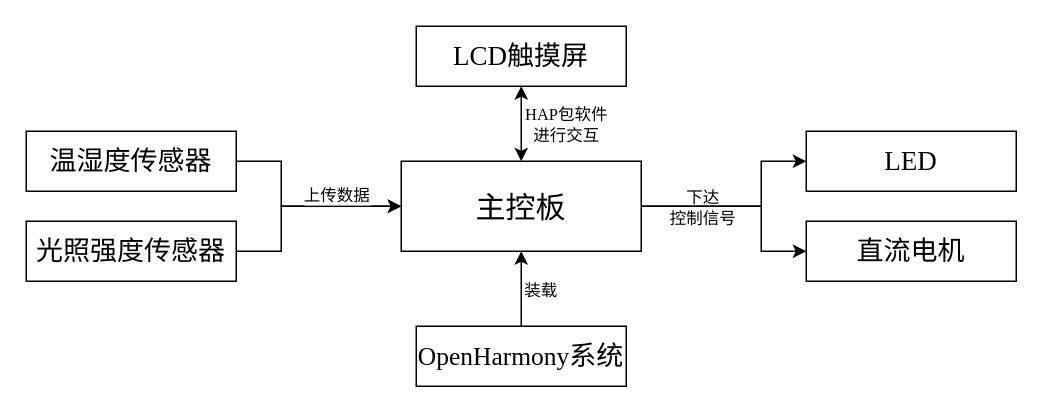
Before: 1.系统设计框图.drawio in GaoXiaoLon/DrawIO, a draw.io diagram. Source tidied: cells renumbered, new cells numbered last; positions are measured from the earlier drawing's top-left corner, leaving out a move shared by most shapes. Both pictures are drawn from the tidied source at 150%, with x=0, y=0 at pixel (26, 26).
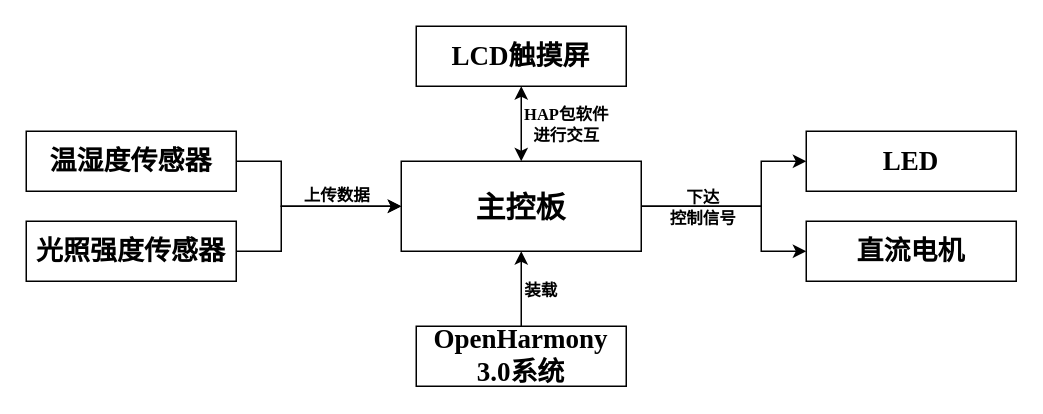
Above is the later version.

Commit message:
更新1.系统设计框图.drawio

The edit, as a diff of the source:
```diff
@@
-    <mxCell id="2" style="group;" parent="1" vertex="1">
+    <mxCell id="2" style="group;fontStyle=1;" parent="1" vertex="1">
       <mxGeometry width="660" height="240" as="geometry" />
     </mxCell>
-    <mxCell id="3" style="edgeStyle=orthogonalEdgeStyle;rounded=0;jettySize=auto;html=1;exitX=1;exitY=0.5;exitDx=0;exitDy=0;entryX=0;entryY=0.5;entryDx=0;entryDy=0;" parent="2" edge="1" source="6" target="12">
+    <mxCell id="3" style="edgeStyle=orthogonalEdgeStyle;rounded=0;jettySize=auto;html=1;exitX=1;exitY=0.5;exitDx=0;exitDy=0;entryX=0;entryY=0.5;entryDx=0;entryDy=0;fontStyle=1;" parent="2" edge="1" source="6" target="12">
       <mxGeometry relative="1" as="geometry">
         <Array as="points">
           <mxPoint x="490" y="120" />
           <mxPoint x="490" y="90" />
         </Array>
       </mxGeometry>
     </mxCell>
-    <mxCell id="4" style="edgeStyle=orthogonalEdgeStyle;rounded=0;jettySize=auto;html=1;exitX=1;exitY=0.5;exitDx=0;exitDy=0;" parent="2" edge="1" source="6" target="13">
+    <mxCell id="4" style="edgeStyle=orthogonalEdgeStyle;rounded=0;jettySize=auto;html=1;exitX=1;exitY=0.5;exitDx=0;exitDy=0;fontStyle=1;" parent="2" edge="1" source="6" target="13">
       <mxGeometry relative="1" as="geometry">
         <Array as="points">
           <mxPoint x="490" y="120" />
           <mxPoint x="490" y="150" />
         </Array>
       </mxGeometry>
     </mxCell>
-    <mxCell id="5" value="下达&lt;div&gt;控制信号&lt;/div&gt;" style="edgeLabel;html=1;align=center;verticalAlign=middle;labelBackgroundColor=none;" parent="4" vertex="1">
+    <mxCell id="5" value="下达&lt;div&gt;控制信号&lt;/div&gt;" style="edgeLabel;html=1;align=center;verticalAlign=middle;labelBackgroundColor=none;fontStyle=1;fontFamily=宋体;" parent="4" vertex="1">
       <mxGeometry x="-0.43" y="1" relative="1" as="geometry">
         <mxPoint y="1" as="offset" />
       </mxGeometry>
     </mxCell>
-    <mxCell id="6" value="&lt;font style=&quot;font-size: 20px;&quot; face=&quot;宋体&quot;&gt;主控板&lt;/font&gt;" style="rounded=0;whiteSpace=wrap;html=1;" parent="2" vertex="1">
+    <mxCell id="6" value="&lt;font face=&quot;宋体&quot; style=&quot;font-size: 20px;&quot;&gt;主控板&lt;/font&gt;" style="rounded=0;whiteSpace=wrap;html=1;fillColor=none;fontStyle=1;" parent="2" vertex="1">
       <mxGeometry x="250" y="90" width="160" height="60" as="geometry" />
     </mxCell>
-    <mxCell id="7" style="edgeStyle=orthogonalEdgeStyle;rounded=0;jettySize=auto;html=1;exitX=1;exitY=0.5;exitDx=0;exitDy=0;entryX=0;entryY=0.5;entryDx=0;entryDy=0;" parent="2" edge="1" source="8" target="6">
+    <mxCell id="7" style="edgeStyle=orthogonalEdgeStyle;rounded=0;jettySize=auto;html=1;exitX=1;exitY=0.5;exitDx=0;exitDy=0;entryX=0;entryY=0.5;entryDx=0;entryDy=0;fontStyle=1;" parent="2" edge="1" source="8" target="6">
       <mxGeometry relative="1" as="geometry">
         <Array as="points">
           <mxPoint x="170" y="90" />
           <mxPoint x="170" y="120" />
         </Array>
       </mxGeometry>
     </mxCell>
-    <mxCell id="8" value="&lt;font style=&quot;font-size: 18px;&quot; face=&quot;宋体&quot;&gt;温湿度传感器&lt;/font&gt;" style="rounded=0;whiteSpace=wrap;html=1;" parent="2" vertex="1">
+    <mxCell id="8" value="&lt;font face=&quot;宋体&quot; style=&quot;font-size: 18px;&quot;&gt;温湿度传感器&lt;/font&gt;" style="rounded=0;whiteSpace=wrap;html=1;fillColor=none;fontStyle=1;" parent="2" vertex="1">
       <mxGeometry y="70" width="140" height="40" as="geometry" />
     </mxCell>
-    <mxCell id="9" style="edgeStyle=orthogonalEdgeStyle;rounded=0;jettySize=auto;html=1;exitX=1;exitY=0.5;exitDx=0;exitDy=0;entryX=0;entryY=0.5;entryDx=0;entryDy=0;" parent="2" edge="1" source="11" target="6">
+    <mxCell id="9" style="edgeStyle=orthogonalEdgeStyle;rounded=0;jettySize=auto;html=1;exitX=1;exitY=0.5;exitDx=0;exitDy=0;entryX=0;entryY=0.5;entryDx=0;entryDy=0;fontStyle=1;" parent="2" edge="1" source="11" target="6">
       <mxGeometry relative="1" as="geometry">
         <Array as="points">
           <mxPoint x="170" y="150" />
           <mxPoint x="170" y="120" />
         </Array>
       </mxGeometry>
     </mxCell>
-    <mxCell id="10" value="上传数据" style="edgeLabel;html=1;align=center;verticalAlign=middle;" parent="9" vertex="1">
+    <mxCell id="10" value="上传数据" style="edgeLabel;html=1;align=center;verticalAlign=middle;fontStyle=1;fontFamily=宋体;labelBackgroundColor=none;" parent="9" vertex="1">
       <mxGeometry x="0.37" y="1" relative="1" as="geometry">
         <mxPoint y="-7" as="offset" />
       </mxGeometry>
     </mxCell>
-    <mxCell id="11" value="&lt;font style=&quot;font-size: 18px;&quot; face=&quot;宋体&quot;&gt;光照强度传感器&lt;/font&gt;" style="rounded=0;whiteSpace=wrap;html=1;" parent="2" vertex="1">
+    <mxCell id="11" value="&lt;font face=&quot;宋体&quot; style=&quot;font-size: 18px;&quot;&gt;光照强度传感器&lt;/font&gt;" style="rounded=0;whiteSpace=wrap;html=1;fillColor=none;fontStyle=1;" parent="2" vertex="1">
       <mxGeometry y="130" width="140" height="40" as="geometry" />
     </mxCell>
-    <mxCell id="12" value="&lt;font face=&quot;Times New Roman&quot; style=&quot;font-size: 18px;&quot;&gt;LED&lt;/font&gt;" style="rounded=0;whiteSpace=wrap;html=1;" parent="2" vertex="1">
+    <mxCell id="12" value="&lt;font style=&quot;font-size: 18px;&quot; face=&quot;Times New Roman&quot;&gt;LED&lt;/font&gt;" style="rounded=0;whiteSpace=wrap;html=1;fillColor=none;fontStyle=1;" parent="2" vertex="1">
       <mxGeometry x="520" y="70" width="140" height="40" as="geometry" />
     </mxCell>
-    <mxCell id="13" value="&lt;font style=&quot;font-size: 18px;&quot; face=&quot;宋体&quot;&gt;直流电机&lt;/font&gt;" style="rounded=0;whiteSpace=wrap;html=1;" parent="2" vertex="1">
+    <mxCell id="13" value="&lt;font face=&quot;宋体&quot; style=&quot;font-size: 18px;&quot;&gt;直流电机&lt;/font&gt;" style="rounded=0;whiteSpace=wrap;html=1;fillColor=none;fontStyle=1;" parent="2" vertex="1">
       <mxGeometry x="520" y="130" width="140" height="40" as="geometry" />
     </mxCell>
-    <mxCell id="14" value="&lt;font face=&quot;Times New Roman&quot; style=&quot;font-size: 18px;&quot;&gt;LCD&lt;/font&gt;&lt;font style=&quot;font-size: 18px;&quot; face=&quot;宋体&quot;&gt;触摸屏&lt;/font&gt;" style="rounded=0;whiteSpace=wrap;html=1;" parent="2" vertex="1">
+    <mxCell id="14" value="&lt;font style=&quot;font-size: 18px;&quot; face=&quot;Times New Roman&quot;&gt;LCD&lt;/font&gt;&lt;font face=&quot;宋体&quot; style=&quot;font-size: 18px;&quot;&gt;触摸屏&lt;/font&gt;" style="rounded=0;whiteSpace=wrap;html=1;fillColor=none;fontStyle=1;" parent="2" vertex="1">
       <mxGeometry x="260" width="140" height="40" as="geometry" />
     </mxCell>
-    <mxCell id="15" style="edgeStyle=orthogonalEdgeStyle;rounded=0;jettySize=auto;html=1;exitX=0.5;exitY=0;exitDx=0;exitDy=0;entryX=0.5;entryY=1;entryDx=0;entryDy=0;" parent="2" edge="1" source="17" target="6">
+    <mxCell id="15" style="edgeStyle=orthogonalEdgeStyle;rounded=0;jettySize=auto;html=1;exitX=0.5;exitY=0;exitDx=0;exitDy=0;entryX=0.5;entryY=1;entryDx=0;entryDy=0;fontStyle=1;" parent="2" edge="1" source="17" target="6">
       <mxGeometry relative="1" as="geometry" />
     </mxCell>
-    <mxCell id="16" value="装载" style="edgeLabel;html=1;align=center;verticalAlign=middle;" parent="15" vertex="1">
+    <mxCell id="16" value="装载" style="edgeLabel;html=1;align=center;verticalAlign=middle;fontStyle=1;fontFamily=宋体;labelBackgroundColor=none;" parent="15" vertex="1">
       <mxGeometry x="-0.01" y="-2" relative="1" as="geometry">
         <mxPoint x="10" as="offset" />
       </mxGeometry>
     </mxCell>
-    <mxCell id="17" value="&lt;font face=&quot;Times New Roman&quot; style=&quot;font-size: 17px;&quot;&gt;OpenHarmony&lt;/font&gt;&lt;font style=&quot;font-size: 18px;&quot; face=&quot;宋体&quot;&gt;系统&lt;/font&gt;" style="rounded=0;whiteSpace=wrap;html=1;" parent="2" vertex="1">
+    <mxCell id="17" value="&lt;font style=&quot;font-size: 18px;&quot; face=&quot;Times New Roman&quot;&gt;OpenHarmony 3.0&lt;/font&gt;&lt;font face=&quot;宋体&quot; style=&quot;font-size: 18px;&quot;&gt;系统&lt;/font&gt;" style="rounded=0;whiteSpace=wrap;html=1;fontStyle=1;fillColor=none;" parent="2" vertex="1">
       <mxGeometry x="260" y="200" width="140" height="40" as="geometry" />
     </mxCell>
-    <mxCell id="18" style="endArrow=classic;startArrow=classic;html=1;rounded=0;exitX=0.5;exitY=0;exitDx=0;exitDy=0;entryX=0.5;entryY=1;entryDx=0;entryDy=0;" parent="2" edge="1" source="6" target="14">
+    <mxCell id="18" style="endArrow=classic;startArrow=classic;html=1;rounded=0;exitX=0.5;exitY=0;exitDx=0;exitDy=0;entryX=0.5;entryY=1;entryDx=0;entryDy=0;fontStyle=1;" parent="2" edge="1" source="6" target="14">
       <mxGeometry relative="1" as="geometry" />
     </mxCell>
-    <mxCell id="19" value="&lt;font face=&quot;Times New Roman&quot;&gt;HAP&lt;/font&gt;包软件&lt;div&gt;进行交互&lt;/div&gt;" style="edgeLabel;html=1;align=center;verticalAlign=middle;" parent="18" vertex="1">
+    <mxCell id="19" value="&lt;font face=&quot;Times New Roman&quot;&gt;HAP&lt;/font&gt;包软件&lt;div&gt;进行交互&lt;/div&gt;" style="edgeLabel;html=1;align=center;verticalAlign=middle;fontStyle=1;fontFamily=宋体;labelBackgroundColor=none;" parent="18" vertex="1">
       <mxGeometry relative="1" as="geometry">
         <mxPoint x="29" as="offset" />
       </mxGeometry>
     </mxCell>
```
